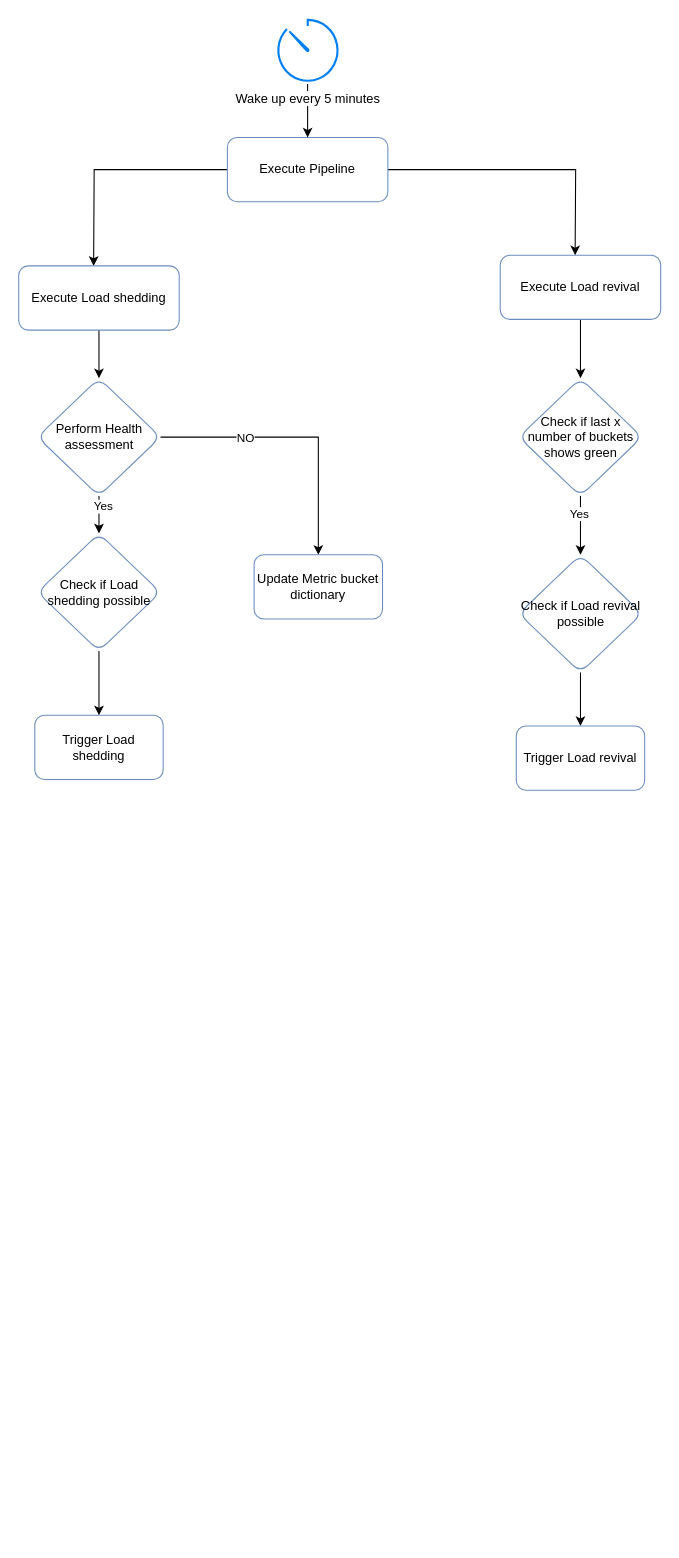
Before: LS_metric_buckets.drawio in srinivas868/draw.io, a draw.io diagram. Source tidied: cells renumbered, new cells numbered last; positions are measured from the earlier drawing's top-left corner, leaving out a move shared by most shapes. Both pictures are drawn from the tidied source at 107%, with x=0, y=0 at pixel (18, 19).
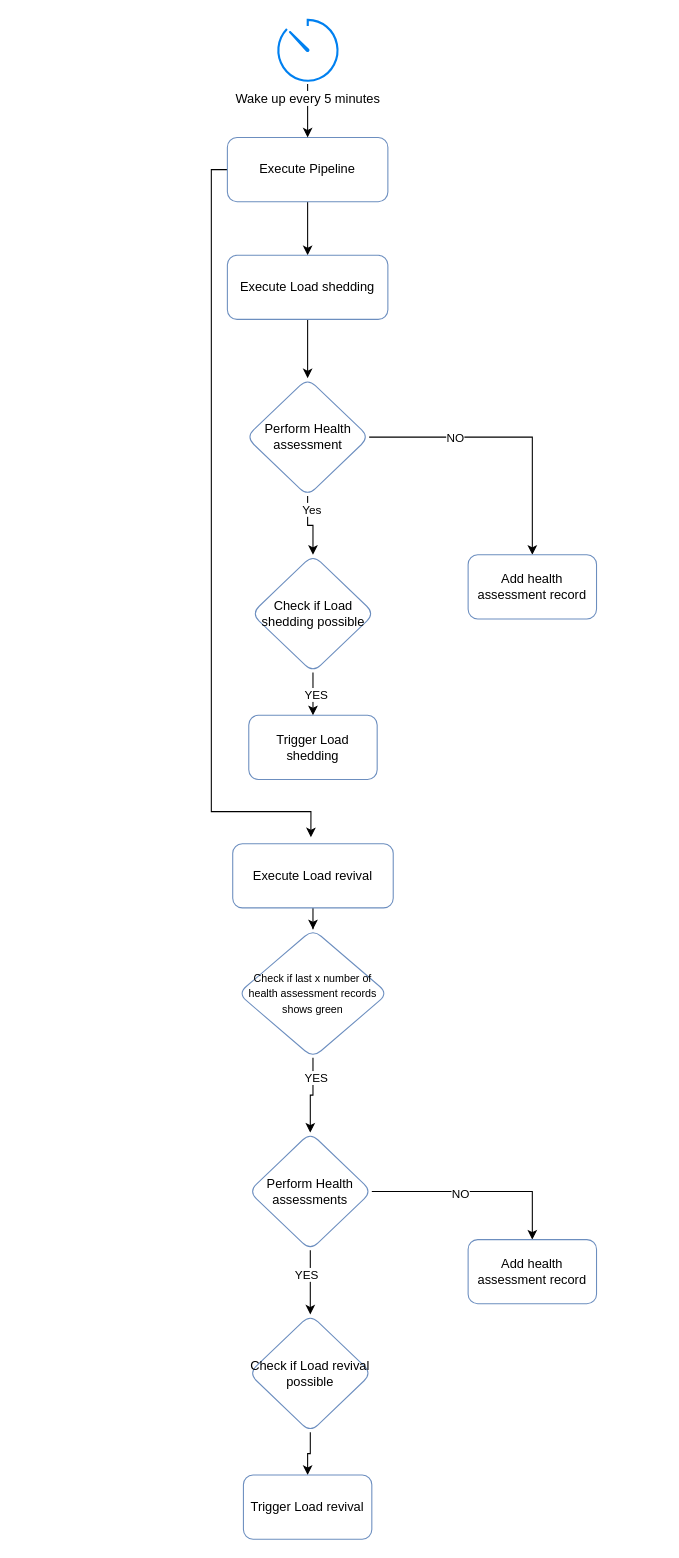
The same diagram, later.

The change refers to these unchanged cells:
```xml
<mxCell id="4" value="Execute Pipeline" style="rounded=1;whiteSpace=wrap;html=1;fillColor=default;strokeColor=#6c8ebf;" parent="1" vertex="1">
  <mxGeometry x="195" y="110" width="150" height="60" as="geometry" />
</mxCell>
<mxCell id="16" style="edgeStyle=orthogonalEdgeStyle;rounded=0;jettySize=auto;html=1;" parent="1" edge="1" source="18" target="22">
  <mxGeometry relative="1" as="geometry" />
</mxCell>
<mxCell id="24" style="edgeStyle=orthogonalEdgeStyle;rounded=0;jettySize=auto;html=1;" parent="1" edge="1" source="25" target="19">
  <mxGeometry relative="1" as="geometry" />
</mxCell>
```

What changed in the source:
```diff
@@
-    <mxCell id="2" style="edgeStyle=orthogonalEdgeStyle;rounded=0;jettySize=auto;html=1;" parent="1" edge="1" source="4">
-      <mxGeometry relative="1" as="geometry">
-        <mxPoint x="70" y="230" as="targetPoint" />
-      </mxGeometry>
+    <mxCell id="2" style="edgeStyle=orthogonalEdgeStyle;rounded=0;jettySize=auto;html=1;entryX=0.5;entryY=0;entryDx=0;entryDy=0;" parent="1" edge="1" source="4" target="8">
+      <mxGeometry relative="1" as="geometry" />
     </mxCell>
-    <mxCell id="3" style="edgeStyle=orthogonalEdgeStyle;rounded=0;jettySize=auto;html=1;" parent="1" edge="1" source="4">
-      <mxGeometry relative="1" as="geometry">
-        <mxPoint x="520" y="220" as="targetPoint" />
-      </mxGeometry>
-    </mxCell>
+    <mxCell id="26" style="edgeStyle=orthogonalEdgeStyle;rounded=0;jettySize=auto;html=1;entryX=0.487;entryY=-0.1;entryDx=0;entryDy=0;entryPerimeter=0;" parent="1" edge="1" source="4" target="10">
+      <mxGeometry relative="1" as="geometry">
+        <Array as="points">
+          <mxPoint x="180" y="140" />
+          <mxPoint x="180" y="740" />
+          <mxPoint x="273" y="740" />
+        </Array>
+      </mxGeometry>
+    </mxCell>
@@
     <mxCell id="8" value="Execute Load shedding" style="rounded=1;whiteSpace=wrap;html=1;fillColor=default;strokeColor=#6c8ebf;" parent="1" vertex="1">
-      <mxGeometry y="230" width="150" height="60" as="geometry" />
+      <mxGeometry x="195" y="220" width="150" height="60" as="geometry" />
     </mxCell>
-    <mxCell id="9" style="edgeStyle=orthogonalEdgeStyle;rounded=0;jettySize=auto;html=1;" parent="1" edge="1" source="10" target="18">
-      <mxGeometry relative="1" as="geometry" />
-    </mxCell>
+    <mxCell id="27" style="edgeStyle=orthogonalEdgeStyle;rounded=0;jettySize=auto;html=1;" parent="1" edge="1" source="10" target="34">
+      <mxGeometry relative="1" as="geometry" />
+    </mxCell>
     <mxCell id="10" value="Execute Load revival" style="rounded=1;whiteSpace=wrap;html=1;fillColor=default;strokeColor=#6c8ebf;" parent="1" vertex="1">
-      <mxGeometry x="450" y="220" width="150" height="60" as="geometry" />
+      <mxGeometry x="200" y="770" width="150" height="60" as="geometry" />
     </mxCell>
@@
     <mxCell id="15" value="Perform Health assessment" style="rhombus;whiteSpace=wrap;html=1;strokeColor=#6c8ebf;rounded=1;" parent="1" vertex="1">
-      <mxGeometry x="17.5" y="335" width="115" height="110" as="geometry" />
+      <mxGeometry x="212.5" y="335" width="115" height="110" as="geometry" />
     </mxCell>
@@
-    <mxCell id="17" value="Yes" style="edgeLabel;html=1;align=center;verticalAlign=middle;" parent="16" vertex="1">
-      <mxGeometry x="-0.42" y="-2" relative="1" as="geometry" />
-    </mxCell>
+    <mxCell id="28" value="YES" style="edgeLabel;html=1;align=center;verticalAlign=middle;" parent="16" vertex="1">
+      <mxGeometry x="-0.27" y="-4" relative="1" as="geometry" />
+    </mxCell>
+    <mxCell id="29" style="edgeStyle=orthogonalEdgeStyle;rounded=0;jettySize=auto;html=1;entryX=0.5;entryY=0;entryDx=0;entryDy=0;" parent="1" edge="1" source="18" target="35">
+      <mxGeometry relative="1" as="geometry" />
+    </mxCell>
+    <mxCell id="30" value="NO" style="edgeLabel;html=1;align=center;verticalAlign=middle;" parent="29" vertex="1">
+      <mxGeometry x="-0.16" y="-2" relative="1" as="geometry" />
+    </mxCell>
-    <mxCell id="18" value="Check if last x number of buckets shows green" style="rhombus;whiteSpace=wrap;html=1;strokeColor=#6c8ebf;rounded=1;" parent="1" vertex="1">
-      <mxGeometry x="467.5" y="335" width="115" height="110" as="geometry" />
+    <mxCell id="18" value="Perform Health assessments" style="rhombus;whiteSpace=wrap;html=1;strokeColor=#6c8ebf;rounded=1;" parent="1" vertex="1">
+      <mxGeometry x="215" y="1040" width="115" height="110" as="geometry" />
     </mxCell>
     <mxCell id="19" value="Trigger Load shedding" style="rounded=1;whiteSpace=wrap;html=1;strokeColor=#6c8ebf;" parent="1" vertex="1">
-      <mxGeometry x="15" y="650" width="120" height="60" as="geometry" />
+      <mxGeometry x="215" y="650" width="120" height="60" as="geometry" />
     </mxCell>
-    <mxCell id="20" value="Update Metric bucket dictionary" style="whiteSpace=wrap;html=1;strokeColor=#6c8ebf;rounded=1;" parent="1" vertex="1">
-      <mxGeometry x="220" y="500" width="120" height="60" as="geometry" />
+    <mxCell id="20" value="Add health assessment record" style="whiteSpace=wrap;html=1;strokeColor=#6c8ebf;rounded=1;" parent="1" vertex="1">
+      <mxGeometry x="420" y="500" width="120" height="60" as="geometry" />
     </mxCell>
@@
     <mxCell id="22" value="Check if Load revival possible" style="rhombus;whiteSpace=wrap;html=1;strokeColor=#6c8ebf;rounded=1;" parent="1" vertex="1">
-      <mxGeometry x="467.5" y="500" width="115" height="110" as="geometry" />
+      <mxGeometry x="215" y="1210" width="115" height="110" as="geometry" />
     </mxCell>
     <mxCell id="23" value="Trigger Load revival" style="whiteSpace=wrap;html=1;strokeColor=#6c8ebf;rounded=1;" parent="1" vertex="1">
-      <mxGeometry x="465" y="660" width="120" height="60" as="geometry" />
+      <mxGeometry x="210" y="1360" width="120" height="60" as="geometry" />
     </mxCell>
@@
+    <mxCell id="31" value="YES" style="edgeLabel;html=1;align=center;verticalAlign=middle;" parent="24" vertex="1">
+      <mxGeometry y="2" relative="1" as="geometry" />
+    </mxCell>
     <mxCell id="25" value="Check if Load shedding possible" style="rhombus;whiteSpace=wrap;html=1;strokeColor=#6c8ebf;rounded=1;" parent="1" vertex="1">
-      <mxGeometry x="17.5" y="480" width="115" height="110" as="geometry" />
+      <mxGeometry x="217.5" y="500" width="115" height="110" as="geometry" />
     </mxCell>
+    <mxCell id="32" style="edgeStyle=orthogonalEdgeStyle;rounded=0;jettySize=auto;html=1;" parent="1" edge="1" source="34" target="18">
+      <mxGeometry relative="1" as="geometry" />
+    </mxCell>
+    <mxCell id="33" value="YES" style="edgeLabel;html=1;align=center;verticalAlign=middle;" parent="32" vertex="1">
+      <mxGeometry x="-0.5" y="2" relative="1" as="geometry" />
+    </mxCell>
+    <mxCell id="34" value="&lt;font style=&quot;font-size: 10px;&quot;&gt;Check if last x number of health assessment records shows green&lt;/font&gt;" style="rhombus;whiteSpace=wrap;html=1;strokeColor=#6c8ebf;rounded=1;" parent="1" vertex="1">
+      <mxGeometry x="205" y="850" width="140" height="120" as="geometry" />
+    </mxCell>
+    <mxCell id="35" value="Add health assessment record" style="whiteSpace=wrap;html=1;strokeColor=#6c8ebf;rounded=1;" parent="1" vertex="1">
+      <mxGeometry x="420" y="1140" width="120" height="60" as="geometry" />
+    </mxCell>
```
